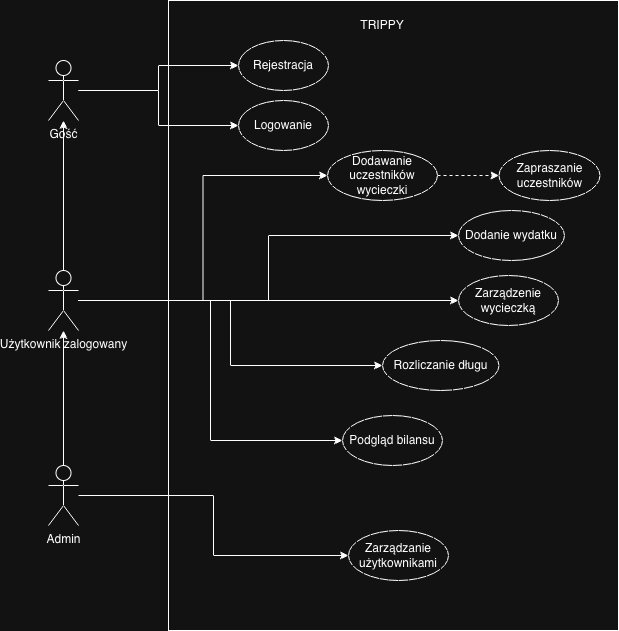
Earlier version of the draw.io export docs/use-cases.png (MarshallBjorn/trippy). Source tidied: cells renumbered, new cells last; positions are measured from the earlier drawing's top-left corner, leaving out a move shared by most shapes.
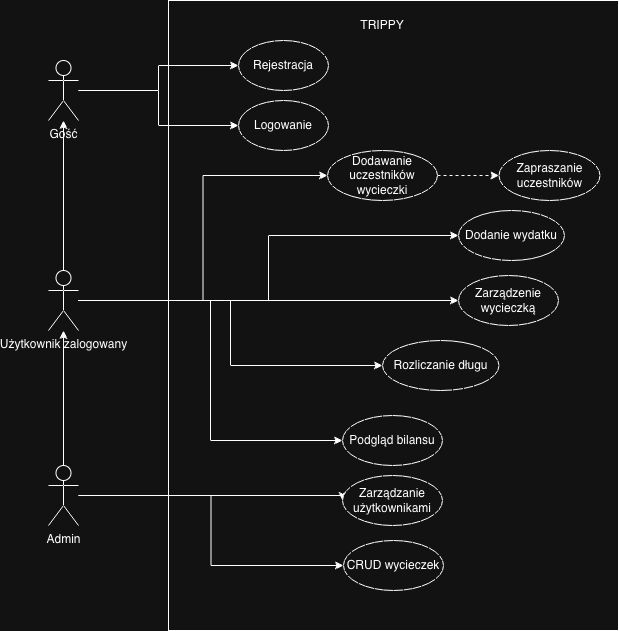
Above is the later version.

Diff of the diagram source:
```diff
@@ -12,8 +12,15 @@
       <mxGeometry relative="1" as="geometry" />
     </mxCell>
     <mxCell id="5" style="edgeStyle=orthogonalEdgeStyle;rounded=0;jettySize=auto;html=1;entryX=0;entryY=0.5;entryDx=0;entryDy=0;" parent="1" edge="1" source="6" target="20">
-      <mxGeometry relative="1" as="geometry" />
+      <mxGeometry relative="1" as="geometry">
+        <Array as="points">
+          <mxPoint x="294" y="495" />
+        </Array>
+      </mxGeometry>
     </mxCell>
+    <mxCell id="27" style="edgeStyle=orthogonalEdgeStyle;rounded=0;jettySize=auto;html=1;entryX=0;entryY=0.5;entryDx=0;entryDy=0;" parent="1" edge="1" source="6" target="28">
+      <mxGeometry relative="1" as="geometry" />
+    </mxCell>
     <mxCell id="6" value="Admin" style="shape=umlActor;verticalLabelPosition=bottom;verticalAlign=top;html=1;outlineConnect=0;" parent="1" vertex="1">
       <mxGeometry y="465" width="30" height="60" as="geometry" />
     </mxCell>
@@ -57,7 +64,7 @@
       <mxGeometry x="294" y="415" width="100" height="50" as="geometry" />
     </mxCell>
     <mxCell id="20" value="Zarządzanie użytkownikami" style="ellipse;whiteSpace=wrap;html=1;" parent="1" vertex="1">
-      <mxGeometry x="300" y="530" width="100" height="50" as="geometry" />
+      <mxGeometry x="294" y="475" width="100" height="50" as="geometry" />
     </mxCell>
     <mxCell id="21" value="Zarządzenie wycieczką" style="ellipse;whiteSpace=wrap;html=1;" parent="1" vertex="1">
       <mxGeometry x="410" y="275" width="100" height="50" as="geometry" />
@@ -77,5 +84,8 @@
     <mxCell id="26" value="Zapraszanie uczestników" style="ellipse;whiteSpace=wrap;html=1;" parent="1" vertex="1">
       <mxGeometry x="450.5" y="150" width="101" height="50" as="geometry" />
     </mxCell>
+    <mxCell id="28" value="CRUD wycieczek" style="ellipse;whiteSpace=wrap;html=1;" parent="1" vertex="1">
+      <mxGeometry x="295" y="540" width="100" height="50" as="geometry" />
+    </mxCell>
   </root>
 </mxGraphModel>
```
